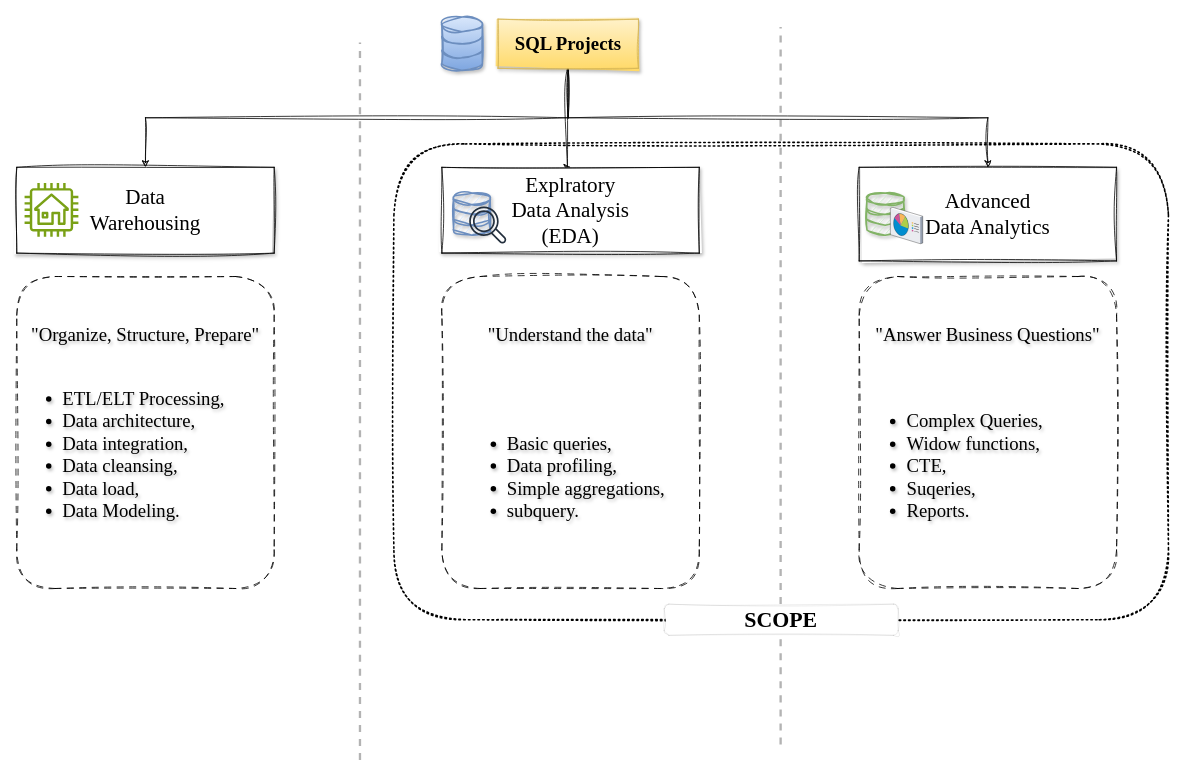
Earlier version of the draw.io diagram docs/drawio/sql_projects_(data_analytics_scope).drawio (kms-gitgut/sql-data-analytics-project). Source tidied: cells renumbered, new cells numbered last; positions are measured from the earlier drawing's top-left corner, leaving out a move shared by most shapes. Both pictures are drawn from the tidied source at 78%, with x=0, y=0 at pixel (16, 16).
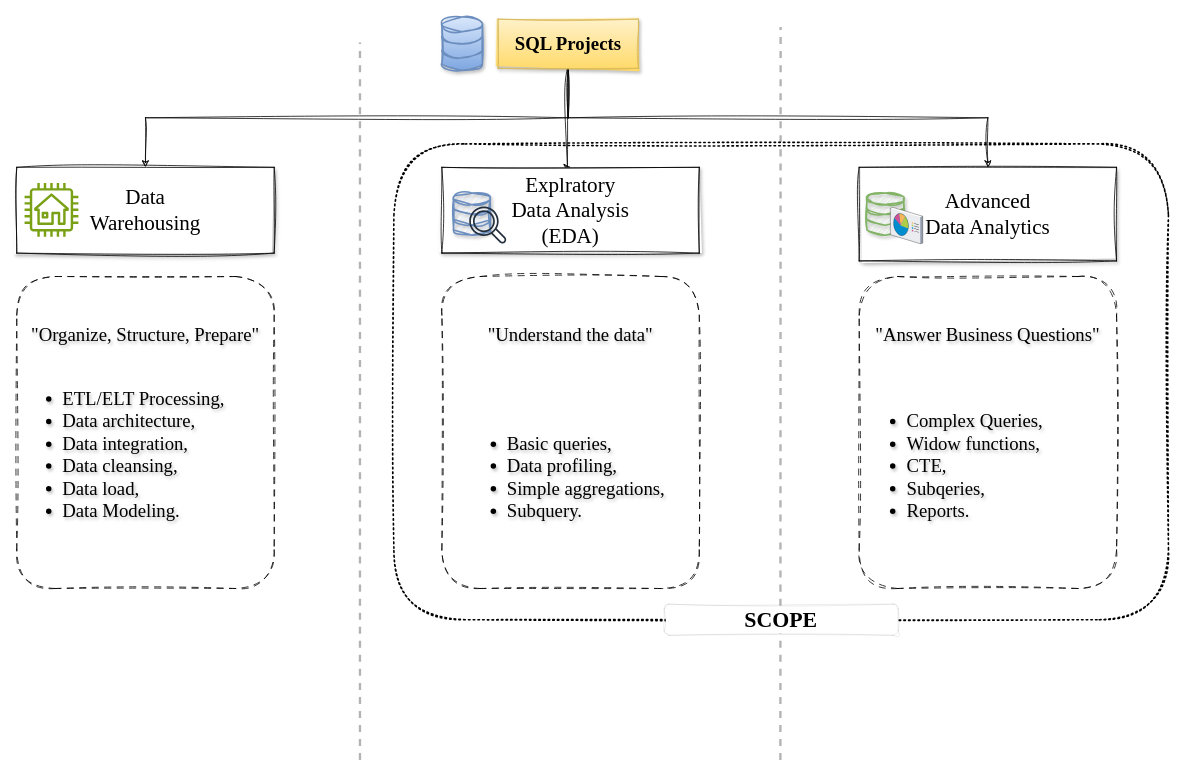
The same diagram, later.

Diff of the diagram source:
```diff
@@
     <mxCell id="2" style="endArrow=none;html=1;rounded=0;dashed=1;strokeWidth=3;strokeColor=#B3B3B3;" parent="1" edge="1">
       <mxGeometry relative="1" as="geometry">
-        <mxPoint x="979.3" y="933" as="sourcePoint" />
+        <mxPoint x="979" y="953" as="sourcePoint" />
         <mxPoint x="979.3" y="13" as="targetPoint" />
       </mxGeometry>
     </mxCell>
@@
-    <mxCell id="18" value="&quot;Understand the data&quot;&lt;br&gt;&lt;br&gt;&lt;br&gt;&lt;br&gt;&lt;ul&gt;&lt;li style=&quot;text-align: left;&quot;&gt;Basic queries,&lt;/li&gt;&lt;li style=&quot;text-align: left;&quot;&gt;Data profiling,&lt;/li&gt;&lt;li style=&quot;text-align: left;&quot;&gt;Simple aggregations,&lt;/li&gt;&lt;li style=&quot;text-align: left;&quot;&gt;subquery.&lt;/li&gt;&lt;/ul&gt;" style="rounded=1;whiteSpace=wrap;html=1;fontFamily=Times New Roman;fontSize=24;textShadow=1;sketch=1;curveFitting=1;jiggle=2;dashed=1;dashPattern=8 8;" parent="1" vertex="1">
+    <mxCell id="18" value="&quot;Understand the data&quot;&lt;br&gt;&lt;br&gt;&lt;br&gt;&lt;br&gt;&lt;ul&gt;&lt;li style=&quot;text-align: left;&quot;&gt;Basic queries,&lt;/li&gt;&lt;li style=&quot;text-align: left;&quot;&gt;Data profiling,&lt;/li&gt;&lt;li style=&quot;text-align: left;&quot;&gt;Simple aggregations,&lt;/li&gt;&lt;li style=&quot;text-align: left;&quot;&gt;Subquery.&lt;/li&gt;&lt;/ul&gt;" style="rounded=1;whiteSpace=wrap;html=1;fontFamily=Times New Roman;fontSize=24;textShadow=1;sketch=1;curveFitting=1;jiggle=2;dashed=1;dashPattern=8 8;" parent="1" vertex="1">
       <mxGeometry x="545" y="333" width="330" height="400" as="geometry" />
     </mxCell>
-    <mxCell id="19" value="&quot;Answer Business Questions&quot;&lt;br&gt;&lt;br&gt;&lt;br&gt;&lt;ul&gt;&lt;li style=&quot;text-align: left;&quot;&gt;Complex Queries,&lt;/li&gt;&lt;li style=&quot;text-align: left;&quot;&gt;Widow functions,&lt;/li&gt;&lt;li style=&quot;text-align: left;&quot;&gt;CTE,&lt;/li&gt;&lt;li style=&quot;text-align: left;&quot;&gt;Suqeries,&lt;/li&gt;&lt;li style=&quot;text-align: left;&quot;&gt;Reports.&lt;/li&gt;&lt;/ul&gt;" style="rounded=1;whiteSpace=wrap;html=1;fontFamily=Times New Roman;fontSize=24;textShadow=1;sketch=1;curveFitting=1;jiggle=2;dashed=1;dashPattern=8 8;" parent="1" vertex="1">
+    <mxCell id="19" value="&quot;Answer Business Questions&quot;&lt;br&gt;&lt;br&gt;&lt;br&gt;&lt;ul&gt;&lt;li style=&quot;text-align: left;&quot;&gt;Complex Queries,&lt;/li&gt;&lt;li style=&quot;text-align: left;&quot;&gt;Widow functions,&lt;/li&gt;&lt;li style=&quot;text-align: left;&quot;&gt;CTE,&lt;/li&gt;&lt;li style=&quot;text-align: left;&quot;&gt;Subqeries,&lt;/li&gt;&lt;li style=&quot;text-align: left;&quot;&gt;Reports.&lt;/li&gt;&lt;/ul&gt;" style="rounded=1;whiteSpace=wrap;html=1;fontFamily=Times New Roman;fontSize=24;textShadow=1;sketch=1;curveFitting=1;jiggle=2;dashed=1;dashPattern=8 8;" parent="1" vertex="1">
       <mxGeometry x="1080" y="333" width="330" height="400" as="geometry" />
     </mxCell>
```
